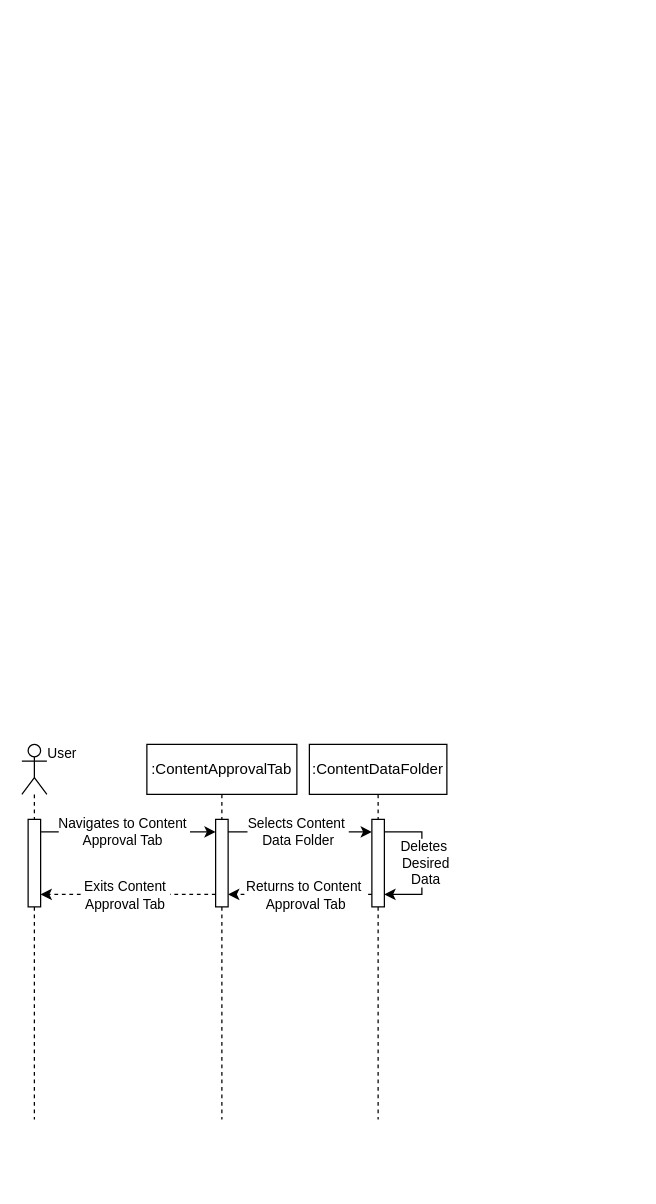
This is SENG 321/SQD4-3.drawio from amirabdullahi1/gold, a draw.io file, before an edit. Source tidied: cells renumbered, new cells numbered last; positions are measured from the earlier drawing's top-left corner, leaving out a move shared by most shapes. Both pictures are drawn from the tidied source at 125%, with x=0, y=0 at pixel (21, 744).
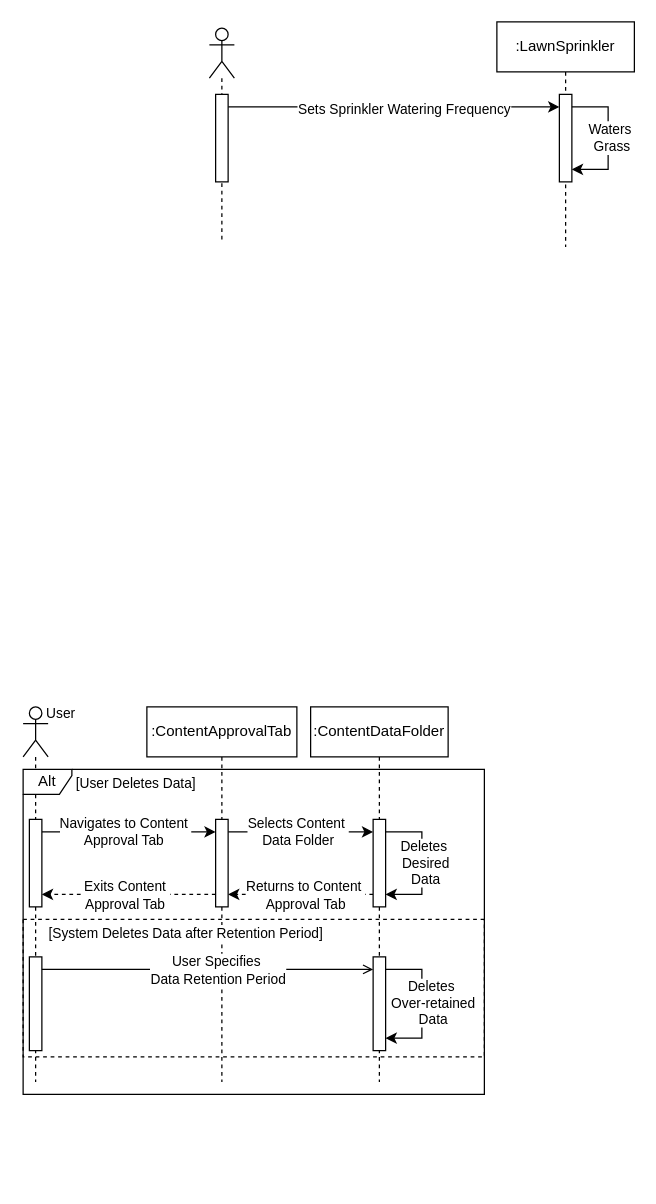
After the change.

Unchanged cells that the change refers to:
```xml
<mxCell id="15" style="edgeStyle=orthogonalEdgeStyle;rounded=0;jettySize=auto;html=1;curved=0;dashed=1;" parent="1" edge="1" source="3" target="9">
  <mxGeometry relative="1" as="geometry">
    <Array as="points">
      <mxPoint x="90" y="120" />
      <mxPoint x="90" y="120" />
    </Array>
  </mxGeometry>
</mxCell>
```

Change to the diagram source:
```diff
@@
-    <mxCell id="2" value="&lt;div&gt;&lt;span style=&quot;background-color: initial;&quot;&gt;&lt;br&gt;&lt;/span&gt;&lt;/div&gt;&lt;span style=&quot;background-color: initial;&quot;&gt;:C&lt;/span&gt;&lt;span style=&quot;background-color: initial;&quot;&gt;ontentApprovalTab&lt;/span&gt;&lt;div&gt;&lt;div&gt;&lt;span style=&quot;background-color: initial;&quot;&gt;&lt;br&gt;&lt;/span&gt;&lt;/div&gt;&lt;/div&gt;" style="shape=umlLifeline;perimeter=lifelinePerimeter;whiteSpace=wrap;html=1;newEdgeStyle={&quot;curved&quot;:0,&quot;rounded&quot;:0};" parent="1" vertex="1">
-      <mxGeometry x="100" width="120" height="300" as="geometry" />
-    </mxCell>
-    <mxCell id="3" style="html=1;points=[[0,0,0,0,5],[0,1,0,0,-5],[1,0,0,0,5],[1,1,0,0,-5]];perimeter=orthogonalPerimeter;outlineConnect=0;targetShapes=umlLifeline;portConstraint=eastwest;newEdgeStyle={&quot;curved&quot;:0,&quot;rounded&quot;:0};" parent="2" vertex="1">
-      <mxGeometry x="55" y="60" width="10" height="70" as="geometry" />
-    </mxCell>
-    <mxCell id="4" value=":ContentDataFolder" style="shape=umlLifeline;perimeter=lifelinePerimeter;whiteSpace=wrap;html=1;newEdgeStyle={&quot;curved&quot;:0,&quot;rounded&quot;:0};" parent="1" vertex="1">
-      <mxGeometry x="230" width="110" height="300" as="geometry" />
-    </mxCell>
-    <mxCell id="5" style="html=1;points=[[0,0,0,0,5],[0,1,0,0,-5],[1,0,0,0,5],[1,1,0,0,-5]];perimeter=orthogonalPerimeter;outlineConnect=0;targetShapes=umlLifeline;portConstraint=eastwest;newEdgeStyle={&quot;curved&quot;:0,&quot;rounded&quot;:0};" parent="4" vertex="1">
-      <mxGeometry x="50" y="60" width="10" height="70" as="geometry" />
-    </mxCell>
-    <mxCell id="6" style="edgeStyle=orthogonalEdgeStyle;rounded=0;orthogonalLoop=1;jettySize=auto;html=1;curved=0;" parent="4" edge="1" source="5" target="5">
-      <mxGeometry relative="1" as="geometry">
-        <Array as="points">
-          <mxPoint x="90" y="70" />
-          <mxPoint x="90" y="120" />
-        </Array>
-      </mxGeometry>
-    </mxCell>
-    <mxCell id="7" value="Deletes&amp;nbsp;&lt;div&gt;Desired&lt;/div&gt;&lt;div&gt;Data&lt;/div&gt;" style="edgeLabel;html=1;align=center;verticalAlign=middle;" parent="6" vertex="1">
-      <mxGeometry x="-0.09" y="2" relative="1" as="geometry">
-        <mxPoint y="4" as="offset" />
-      </mxGeometry>
-    </mxCell>
-    <mxCell id="8" style="shape=umlLifeline;perimeter=lifelinePerimeter;whiteSpace=wrap;html=1;newEdgeStyle={&quot;curved&quot;:0,&quot;rounded&quot;:0};participant=umlActor;align=center;size=40;" parent="1" vertex="1">
-      <mxGeometry width="20" height="300" as="geometry" />
-    </mxCell>
-    <mxCell id="9" style="html=1;points=[[0,0,0,0,5],[0,1,0,0,-5],[1,0,0,0,5],[1,1,0,0,-5]];perimeter=orthogonalPerimeter;outlineConnect=0;targetShapes=umlLifeline;portConstraint=eastwest;newEdgeStyle={&quot;curved&quot;:0,&quot;rounded&quot;:0};" parent="8" vertex="1">
-      <mxGeometry x="5" y="60" width="10" height="70" as="geometry" />
-    </mxCell>
@@
     <mxCell id="17" value="User" style="edgeLabel;html=1;align=center;verticalAlign=middle;" parent="15" vertex="1">
       <mxGeometry x="-0.71" y="4" relative="1" as="geometry">
-        <mxPoint x="-104" y="-118" as="offset" />
+        <mxPoint x="-105" y="-150" as="offset" />
       </mxGeometry>
     </mxCell>
+    <mxCell id="19" value="[User Deletes Data]" style="edgeLabel;html=1;align=center;verticalAlign=middle;" parent="15" vertex="1">
+      <mxGeometry x="-0.67" y="1" relative="1" as="geometry">
+        <mxPoint x="-42" y="-91" as="offset" />
+      </mxGeometry>
+    </mxCell>
@@
+    <mxCell id="20" style="group;" parent="1" vertex="1">
+      <mxGeometry x="1" y="-30" width="20" height="300" as="geometry" />
+    </mxCell>
+    <mxCell id="8" style="shape=umlLifeline;perimeter=lifelinePerimeter;whiteSpace=wrap;html=1;newEdgeStyle={&quot;curved&quot;:0,&quot;rounded&quot;:0};participant=umlActor;align=center;size=40;" parent="20" vertex="1">
+      <mxGeometry width="20" height="300" as="geometry" />
+    </mxCell>
+    <mxCell id="21" style="html=1;points=[[0,0,0,0,5],[0,1,0,0,-5],[1,0,0,0,5],[1,1,0,0,-5]];perimeter=orthogonalPerimeter;outlineConnect=0;targetShapes=umlLifeline;portConstraint=eastwest;newEdgeStyle={&quot;curved&quot;:0,&quot;rounded&quot;:0};" parent="8" vertex="1">
+      <mxGeometry x="5" y="200" width="10" height="75" as="geometry" />
+    </mxCell>
+    <mxCell id="9" style="html=1;points=[[0,0,0,0,5],[0,1,0,0,-5],[1,0,0,0,5],[1,1,0,0,-5]];perimeter=orthogonalPerimeter;outlineConnect=0;targetShapes=umlLifeline;portConstraint=eastwest;newEdgeStyle={&quot;curved&quot;:0,&quot;rounded&quot;:0};" parent="20" vertex="1">
+      <mxGeometry x="5" y="90" width="10" height="70" as="geometry" />
+    </mxCell>
+    <mxCell id="22" style="group;" parent="1" vertex="1">
+      <mxGeometry x="100" y="-30" width="249" height="380" as="geometry" />
+    </mxCell>
+    <mxCell id="2" value="&lt;div&gt;&lt;span style=&quot;background-color: initial;&quot;&gt;&lt;br&gt;&lt;/span&gt;&lt;/div&gt;&lt;span style=&quot;background-color: initial;&quot;&gt;:C&lt;/span&gt;&lt;span style=&quot;background-color: initial;&quot;&gt;ontentApprovalTab&lt;/span&gt;&lt;div&gt;&lt;div&gt;&lt;span style=&quot;background-color: initial;&quot;&gt;&lt;br&gt;&lt;/span&gt;&lt;/div&gt;&lt;/div&gt;" style="shape=umlLifeline;perimeter=lifelinePerimeter;whiteSpace=wrap;html=1;newEdgeStyle={&quot;curved&quot;:0,&quot;rounded&quot;:0};" parent="22" vertex="1">
+      <mxGeometry width="120" height="300" as="geometry" />
+    </mxCell>
+    <mxCell id="3" style="html=1;points=[[0,0,0,0,5],[0,1,0,0,-5],[1,0,0,0,5],[1,1,0,0,-5]];perimeter=orthogonalPerimeter;outlineConnect=0;targetShapes=umlLifeline;portConstraint=eastwest;newEdgeStyle={&quot;curved&quot;:0,&quot;rounded&quot;:0};" parent="22" vertex="1">
+      <mxGeometry x="55" y="90" width="10" height="70" as="geometry" />
+    </mxCell>
+    <mxCell id="23" style="group;" parent="1" vertex="1">
+      <mxGeometry x="231" y="-30" width="110" height="300" as="geometry" />
+    </mxCell>
+    <mxCell id="4" value=":ContentDataFolder" style="shape=umlLifeline;perimeter=lifelinePerimeter;whiteSpace=wrap;html=1;newEdgeStyle={&quot;curved&quot;:0,&quot;rounded&quot;:0};" parent="23" vertex="1">
+      <mxGeometry width="110" height="300" as="geometry" />
+    </mxCell>
+    <mxCell id="24" style="html=1;points=[[0,0,0,0,5],[0,1,0,0,-5],[1,0,0,0,5],[1,1,0,0,-5]];perimeter=orthogonalPerimeter;outlineConnect=0;targetShapes=umlLifeline;portConstraint=eastwest;newEdgeStyle={&quot;curved&quot;:0,&quot;rounded&quot;:0};" parent="4" vertex="1">
+      <mxGeometry x="50" y="200" width="10" height="75" as="geometry" />
+    </mxCell>
+    <mxCell id="25" style="edgeStyle=orthogonalEdgeStyle;rounded=0;orthogonalLoop=1;jettySize=auto;html=1;curved=0;" parent="4" edge="1" source="24" target="24">
+      <mxGeometry relative="1" as="geometry">
+        <Array as="points">
+          <mxPoint x="89" y="210" />
+          <mxPoint x="89" y="265" />
+        </Array>
+      </mxGeometry>
+    </mxCell>
+    <mxCell id="26" value="Deletes&amp;nbsp;&lt;div&gt;Over-retained&lt;/div&gt;&lt;div&gt;Data&lt;/div&gt;" style="edgeLabel;html=1;align=center;verticalAlign=middle;" parent="25" vertex="1">
+      <mxGeometry x="-0.09" y="2" relative="1" as="geometry">
+        <mxPoint x="6" y="4" as="offset" />
+      </mxGeometry>
+    </mxCell>
+    <mxCell id="5" style="html=1;points=[[0,0,0,0,5],[0,1,0,0,-5],[1,0,0,0,5],[1,1,0,0,-5]];perimeter=orthogonalPerimeter;outlineConnect=0;targetShapes=umlLifeline;portConstraint=eastwest;newEdgeStyle={&quot;curved&quot;:0,&quot;rounded&quot;:0};" parent="23" vertex="1">
+      <mxGeometry x="50" y="90" width="10" height="70" as="geometry" />
+    </mxCell>
+    <mxCell id="6" style="edgeStyle=orthogonalEdgeStyle;rounded=0;orthogonalLoop=1;jettySize=auto;html=1;curved=0;" parent="23" edge="1" source="5" target="5">
+      <mxGeometry relative="1" as="geometry">
+        <Array as="points">
+          <mxPoint x="89" y="100" />
+          <mxPoint x="89" y="150" />
+        </Array>
+      </mxGeometry>
+    </mxCell>
+    <mxCell id="7" value="Deletes&amp;nbsp;&lt;div&gt;Desired&lt;/div&gt;&lt;div&gt;Data&lt;/div&gt;" style="edgeLabel;html=1;align=center;verticalAlign=middle;" parent="6" vertex="1">
+      <mxGeometry x="-0.09" y="2" relative="1" as="geometry">
+        <mxPoint y="4" as="offset" />
+      </mxGeometry>
+    </mxCell>
+    <mxCell id="27" value="Alt" style="shape=umlFrame;whiteSpace=wrap;html=1;width=39;height=20;fixDash=0;backgroundOutline=0;" parent="1" vertex="1">
+      <mxGeometry x="1" y="20" width="369" height="260" as="geometry" />
+    </mxCell>
+    <mxCell id="28" style="swimlane;startSize=0;dashed=1;" parent="1" vertex="1">
+      <mxGeometry x="1" y="140" width="369" height="110" as="geometry" />
+    </mxCell>
+    <mxCell id="29" value="[System Deletes Data after Retention Period]" style="edgeLabel;html=1;align=center;verticalAlign=middle;" parent="28" vertex="1">
+      <mxGeometry x="129" y="10" as="geometry" />
+    </mxCell>
+    <mxCell id="30" style="edgeStyle=orthogonalEdgeStyle;rounded=0;jettySize=auto;html=1;curved=0;endArrow=open;endFill=0;" parent="1" edge="1" source="21" target="24">
+      <mxGeometry relative="1" as="geometry">
+        <Array as="points">
+          <mxPoint x="150" y="180" />
+          <mxPoint x="150" y="180" />
+        </Array>
+      </mxGeometry>
+    </mxCell>
+    <mxCell id="31" value="User Specifies&amp;nbsp;&lt;div&gt;Data Retention Period&lt;/div&gt;" style="edgeLabel;html=1;align=center;verticalAlign=middle;" parent="30" vertex="1">
+      <mxGeometry x="0.1" relative="1" as="geometry">
+        <mxPoint x="-6" as="offset" />
+      </mxGeometry>
+    </mxCell>
+    <mxCell id="32" style="edgeStyle=orthogonalEdgeStyle;rounded=0;jettySize=auto;html=1;curved=0;" parent="1" edge="1" source="39" target="35">
+      <mxGeometry relative="1" as="geometry">
+        <Array as="points">
+          <mxPoint x="300" y="-510" />
+          <mxPoint x="300" y="-510" />
+        </Array>
+      </mxGeometry>
+    </mxCell>
+    <mxCell id="33" value="Sets Sprinkler Watering Frequency" style="edgeLabel;html=1;align=center;verticalAlign=middle;" parent="32" vertex="1">
+      <mxGeometry x="0.06" y="-1" relative="1" as="geometry" />
+    </mxCell>
+    <mxCell id="34" value=":LawnSprinkler" style="shape=umlLifeline;perimeter=lifelinePerimeter;whiteSpace=wrap;html=1;newEdgeStyle={&quot;curved&quot;:0,&quot;rounded&quot;:0};" parent="1" vertex="1">
+      <mxGeometry x="380" y="-578" width="110" height="180" as="geometry" />
+    </mxCell>
+    <mxCell id="35" style="html=1;points=[[0,0,0,0,5],[0,1,0,0,-5],[1,0,0,0,5],[1,1,0,0,-5]];perimeter=orthogonalPerimeter;outlineConnect=0;targetShapes=umlLifeline;portConstraint=eastwest;newEdgeStyle={&quot;curved&quot;:0,&quot;rounded&quot;:0};" parent="1" vertex="1">
+      <mxGeometry x="430" y="-520" width="10" height="70" as="geometry" />
+    </mxCell>
+    <mxCell id="36" style="edgeStyle=orthogonalEdgeStyle;rounded=0;orthogonalLoop=1;jettySize=auto;html=1;curved=0;" parent="1" edge="1" source="35" target="35">
+      <mxGeometry relative="1" as="geometry">
+        <Array as="points">
+          <mxPoint x="469" y="-510" />
+          <mxPoint x="469" y="-460" />
+        </Array>
+      </mxGeometry>
+    </mxCell>
+    <mxCell id="37" value="Waters&amp;nbsp;&lt;div&gt;Grass&lt;/div&gt;" style="edgeLabel;html=1;align=center;verticalAlign=middle;" parent="36" vertex="1">
+      <mxGeometry x="-0.09" y="2" relative="1" as="geometry">
+        <mxPoint y="4" as="offset" />
+      </mxGeometry>
+    </mxCell>
+    <mxCell id="38" style="shape=umlLifeline;perimeter=lifelinePerimeter;whiteSpace=wrap;html=1;newEdgeStyle={&quot;curved&quot;:0,&quot;rounded&quot;:0};participant=umlActor;align=center;size=40;" parent="1" vertex="1">
+      <mxGeometry x="150" y="-573" width="20" height="170" as="geometry" />
+    </mxCell>
+    <mxCell id="39" style="html=1;points=[[0,0,0,0,5],[0,1,0,0,-5],[1,0,0,0,5],[1,1,0,0,-5]];perimeter=orthogonalPerimeter;outlineConnect=0;targetShapes=umlLifeline;portConstraint=eastwest;newEdgeStyle={&quot;curved&quot;:0,&quot;rounded&quot;:0};" parent="1" vertex="1">
+      <mxGeometry x="155" y="-520" width="10" height="70" as="geometry" />
+    </mxCell>
```
